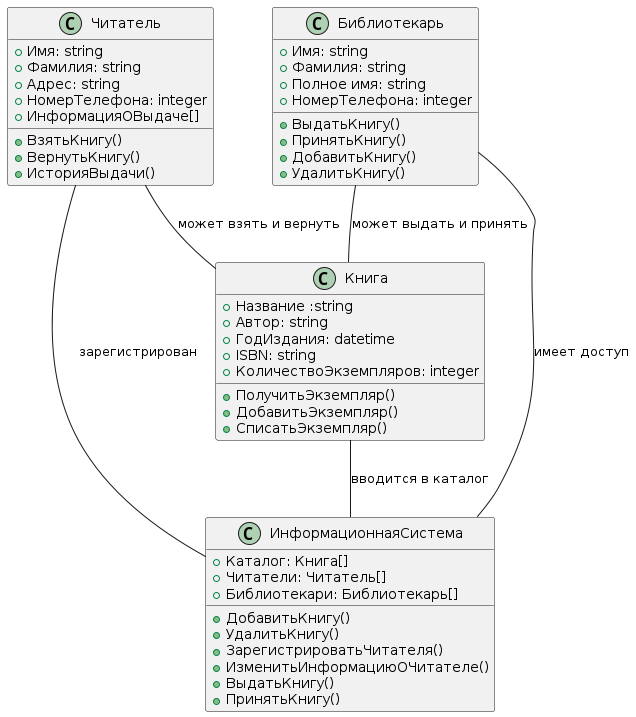
Earlier version of the PlantUML export lab_1/Диаграмма классов для Информационной системы библиотеки.png (IrmA-ErroR/TMP).
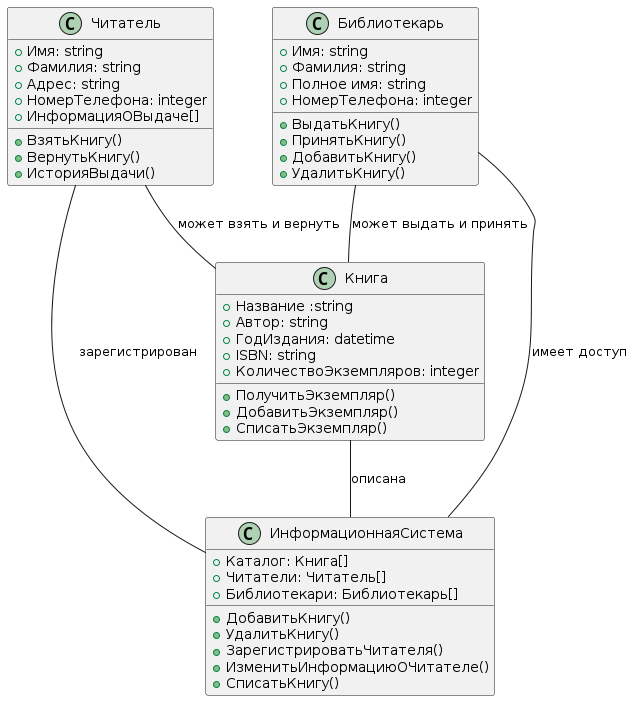
After the commit.

The edit, as a diff of the source:
```diff
@@ -40,12 +40,11 @@
     +УдалитьКнигу()
     +ЗарегистрироватьЧитателя()
     +ИзменитьИнформациюОЧитателе()
-    +ВыдатьКнигу()
-    +ПринятьКнигу()
+    +СписатьКнигу()
 }
 
 Читатель -- ИнформационнаяСистема : зарегистрирован
-Книга -- ИнформационнаяСистема : вводится в каталог
+Книга -- ИнформационнаяСистема : описана
 Библиотекарь -- ИнформационнаяСистема : имеет доступ
 Читатель -- Книга : может взять и вернуть
 Библиотекарь -- Книга : может выдать и принять
```
